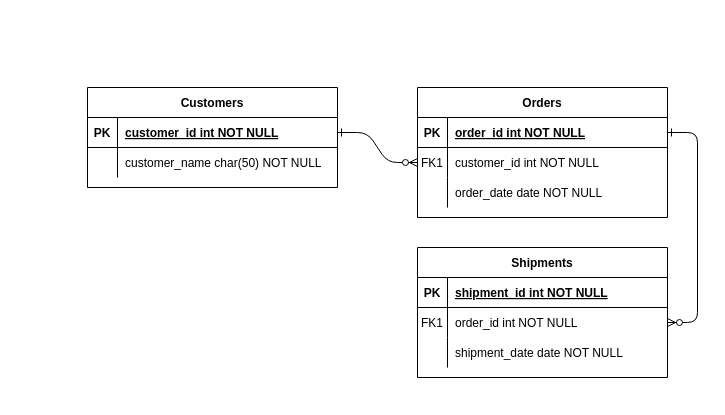
Earlier version of the draw.io diagram weather/Biểu đồ không có tiêu đề.drawio (nmphong0601/webhook). Source tidied: cells renumbered, new cells numbered last; positions are measured from the earlier drawing's top-left corner, leaving out a move shared by most shapes. Both pictures are drawn from the tidied source at 100%, with x=0, y=0 at pixel (87, 87).
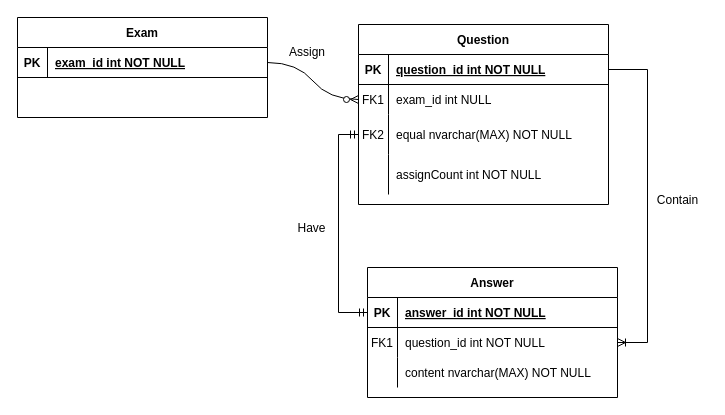
The same page after the edit.

Unchanged cells that the change refers to:
```xml
<mxCell id="5" style="shape=partialRectangle;fillColor=none;points=[[0,0.5],[1,0.5]];portConstraint=eastwest;top=0;left=0;right=0;bottom=1;" parent="4" vertex="1">
  <mxGeometry y="30" width="250" height="30" as="geometry" />
</mxCell>
<mxCell id="8" style="shape=partialRectangle;fillColor=none;points=[[0,0.5],[1,0.5]];portConstraint=eastwest;top=0;left=0;right=0;bottom=0;" parent="4" vertex="1">
  <mxGeometry y="60" width="250" height="30" as="geometry" />
</mxCell>
<mxCell id="15" style="shape=partialRectangle;fillColor=none;points=[[0,0.5],[1,0.5]];portConstraint=eastwest;top=0;left=0;right=0;bottom=1;" parent="14" vertex="1">
  <mxGeometry y="30" width="250" height="30" as="geometry" />
</mxCell>
<mxCell id="18" style="shape=partialRectangle;fillColor=none;points=[[0,0.5],[1,0.5]];portConstraint=eastwest;top=0;left=0;right=0;bottom=0;" parent="14" vertex="1">
  <mxGeometry y="60" width="250" height="30" as="geometry" />
</mxCell>
<mxCell id="21" style="shape=partialRectangle;fillColor=none;top=0;left=0;right=0;bottom=0;" parent="14" vertex="1">
  <mxGeometry y="90" width="250" height="30" as="geometry" />
</mxCell>
<mxCell id="25" style="shape=partialRectangle;fillColor=none;points=[[0,0.5],[1,0.5]];portConstraint=eastwest;top=0;left=0;right=0;bottom=1;" parent="24" vertex="1">
  <mxGeometry y="30" width="250" height="30" as="geometry" />
</mxCell>
```

The edit, as a diff of the source:
```diff
@@
-    <mxCell id="2" style="edgeStyle=entityRelationEdgeStyle;endArrow=ERzeroToMany;startArrow=ERone;endFill=1;startFill=0;" parent="1" edge="1" source="25" target="8">
-      <mxGeometry relative="1" as="geometry" />
-    </mxCell>
-    <mxCell id="3" style="edgeStyle=entityRelationEdgeStyle;endArrow=ERzeroToMany;startArrow=ERone;endFill=1;startFill=0;" parent="1" edge="1" source="5" target="18">
-      <mxGeometry relative="1" as="geometry" />
-    </mxCell>
+    <mxCell id="31" style="edgeStyle=orthogonalEdgeStyle;rounded=0;jettySize=auto;html=1;entryX=0;entryY=0.5;entryDx=0;entryDy=0;endArrow=ERmandOne;endFill=0;startArrow=ERmandOne;startFill=0;exitX=0;exitY=0.5;exitDx=0;exitDy=0;" parent="1" edge="1" source="11" target="15">
+      <mxGeometry relative="1" as="geometry" />
+    </mxCell>
-    <mxCell id="4" value="Orders" style="shape=table;startSize=30;childLayout=tableLayout;rowLines=0;fontStyle=1;align=center;" parent="1" vertex="1">
-      <mxGeometry x="330" width="250" height="130" as="geometry" />
+    <mxCell id="4" value="Question" style="shape=table;startSize=30;childLayout=tableLayout;rowLines=0;fontStyle=1;align=center;" parent="1" vertex="1">
+      <mxGeometry x="271" y="-63" width="250" height="180" as="geometry" />
     </mxCell>
@@
-    <mxCell id="7" value="order_id int NOT NULL " style="shape=partialRectangle;overflow=hidden;fillColor=none;top=0;left=0;bottom=0;right=0;align=left;spacingLeft=6;fontStyle=5;" parent="5" vertex="1">
+    <mxCell id="7" value="question_id int NOT NULL " style="shape=partialRectangle;overflow=hidden;fillColor=none;top=0;left=0;bottom=0;right=0;align=left;spacingLeft=6;fontStyle=5;" parent="5" vertex="1">
       <mxGeometry x="30" width="220" height="30" as="geometry" />
     </mxCell>
@@
-    <mxCell id="10" value="customer_id int NOT NULL" style="shape=partialRectangle;overflow=hidden;fillColor=none;top=0;left=0;bottom=0;right=0;align=left;spacingLeft=6;" parent="8" vertex="1">
+    <mxCell id="10" value="exam_id int NULL" style="shape=partialRectangle;overflow=hidden;fillColor=none;top=0;left=0;bottom=0;right=0;align=left;spacingLeft=6;" parent="8" vertex="1">
       <mxGeometry x="30" width="220" height="30" as="geometry" />
     </mxCell>
     <mxCell id="11" style="shape=partialRectangle;fillColor=none;points=[[0,0.5],[1,0.5]];portConstraint=eastwest;top=0;left=0;right=0;bottom=0;" parent="4" vertex="1">
-      <mxGeometry y="90" width="250" height="30" as="geometry" />
+      <mxGeometry y="90" width="250" height="40" as="geometry" />
     </mxCell>
-    <mxCell id="12" style="shape=partialRectangle;overflow=hidden;fillColor=none;top=0;left=0;bottom=0;right=0;" parent="11" vertex="1">
-      <mxGeometry width="30" height="30" as="geometry" />
+    <mxCell id="12" value="FK2" style="shape=partialRectangle;overflow=hidden;fillColor=none;top=0;left=0;bottom=0;right=0;" parent="11" vertex="1">
+      <mxGeometry width="30" height="40" as="geometry" />
     </mxCell>
-    <mxCell id="13" value="order_date date NOT NULL" style="shape=partialRectangle;overflow=hidden;fillColor=none;top=0;left=0;bottom=0;right=0;align=left;spacingLeft=6;" parent="11" vertex="1">
-      <mxGeometry x="30" width="220" height="30" as="geometry" />
+    <mxCell id="13" value="equal nvarchar(MAX) NOT NULL" style="shape=partialRectangle;overflow=hidden;fillColor=none;top=0;left=0;bottom=0;right=0;align=left;spacingLeft=6;" parent="11" vertex="1">
+      <mxGeometry x="30" width="220" height="40" as="geometry" />
     </mxCell>
+    <mxCell id="32" style="shape=partialRectangle;fillColor=none;top=0;left=0;right=0;bottom=0;" parent="4" vertex="1">
+      <mxGeometry y="130" width="250" height="40" as="geometry" />
+    </mxCell>
+    <mxCell id="33" style="shape=partialRectangle;overflow=hidden;fillColor=none;top=0;left=0;bottom=0;right=0;" parent="32" vertex="1">
+      <mxGeometry width="30" height="40" as="geometry" />
+    </mxCell>
+    <mxCell id="34" value="assignCount int NOT NULL" style="shape=partialRectangle;overflow=hidden;fillColor=none;top=0;left=0;bottom=0;right=0;align=left;spacingLeft=6;" parent="32" vertex="1">
+      <mxGeometry x="30" width="220" height="40" as="geometry" />
+    </mxCell>
-    <mxCell id="14" value="Shipments" style="shape=table;startSize=30;childLayout=tableLayout;rowLines=0;fontStyle=1;align=center;" parent="1" vertex="1">
-      <mxGeometry x="330" y="160" width="250" height="130" as="geometry" />
+    <mxCell id="14" value="Answer" style="shape=table;startSize=30;childLayout=tableLayout;rowLines=0;fontStyle=1;align=center;" parent="1" vertex="1">
+      <mxGeometry x="280" y="180" width="250" height="130" as="geometry" />
     </mxCell>
@@
-    <mxCell id="17" value="shipment_id int NOT NULL " style="shape=partialRectangle;overflow=hidden;fillColor=none;top=0;left=0;bottom=0;right=0;align=left;spacingLeft=6;fontStyle=5;" parent="15" vertex="1">
+    <mxCell id="17" value="answer_id int NOT NULL " style="shape=partialRectangle;overflow=hidden;fillColor=none;top=0;left=0;bottom=0;right=0;align=left;spacingLeft=6;fontStyle=5;" parent="15" vertex="1">
       <mxGeometry x="30" width="220" height="30" as="geometry" />
     </mxCell>
@@
-    <mxCell id="20" value="order_id int NOT NULL" style="shape=partialRectangle;overflow=hidden;fillColor=none;top=0;left=0;bottom=0;right=0;align=left;spacingLeft=6;" parent="18" vertex="1">
+    <mxCell id="20" value="question_id int NOT NULL" style="shape=partialRectangle;overflow=hidden;fillColor=none;top=0;left=0;bottom=0;right=0;align=left;spacingLeft=6;" parent="18" vertex="1">
       <mxGeometry x="30" width="220" height="30" as="geometry" />
     </mxCell>
@@
-    <mxCell id="23" value="shipment_date date NOT NULL" style="shape=partialRectangle;overflow=hidden;fillColor=none;top=0;left=0;bottom=0;right=0;align=left;spacingLeft=6;" parent="21" vertex="1">
+    <mxCell id="23" value="content nvarchar(MAX) NOT NULL" style="shape=partialRectangle;overflow=hidden;fillColor=none;top=0;left=0;bottom=0;right=0;align=left;spacingLeft=6;" parent="21" vertex="1">
       <mxGeometry x="30" width="220" height="30" as="geometry" />
     </mxCell>
-    <mxCell id="24" value="Customers" style="shape=table;startSize=30;childLayout=tableLayout;rowLines=0;fontStyle=1;align=center;" parent="1" vertex="1">
-      <mxGeometry width="250" height="100" as="geometry" />
+    <mxCell id="24" value="Exam" style="shape=table;startSize=30;childLayout=tableLayout;rowLines=0;fontStyle=1;align=center;" parent="1" vertex="1">
+      <mxGeometry x="-70" y="-70" width="250" height="100" as="geometry" />
     </mxCell>
@@
-    <mxCell id="27" value="customer_id int NOT NULL " style="shape=partialRectangle;overflow=hidden;fillColor=none;top=0;left=0;bottom=0;right=0;align=left;spacingLeft=6;fontStyle=5;" parent="25" vertex="1">
+    <mxCell id="27" value="exam_id int NOT NULL " style="shape=partialRectangle;overflow=hidden;fillColor=none;top=0;left=0;bottom=0;right=0;align=left;spacingLeft=6;fontStyle=5;" parent="25" vertex="1">
       <mxGeometry x="30" width="220" height="30" as="geometry" />
     </mxCell>
-    <mxCell id="28" style="shape=partialRectangle;fillColor=none;top=0;left=0;right=0;bottom=0;" parent="24" vertex="1">
-      <mxGeometry y="60" width="250" height="30" as="geometry" />
-    </mxCell>
-    <mxCell id="29" style="shape=partialRectangle;overflow=hidden;fillColor=none;top=0;left=0;bottom=0;right=0;" parent="28" vertex="1">
-      <mxGeometry width="30" height="30" as="geometry" />
-    </mxCell>
-    <mxCell id="30" value="customer_name char(50) NOT NULL" style="shape=partialRectangle;overflow=hidden;fillColor=none;top=0;left=0;bottom=0;right=0;align=left;spacingLeft=6;" parent="28" vertex="1">
-      <mxGeometry x="30" width="220" height="30" as="geometry" />
-    </mxCell>
+    <mxCell id="3" style="edgeStyle=entityRelationEdgeStyle;fontSize=12;html=1;endArrow=ERoneToMany;rounded=0;exitX=1;exitY=0.5;exitDx=0;exitDy=0;exitPerimeter=0;" parent="1" edge="1" source="5" target="18">
+      <mxGeometry relative="1" as="geometry">
+        <Array as="points">
+          <mxPoint x="768.8" y="140" />
+          <mxPoint x="738.8" y="190" />
+          <mxPoint x="690" y="200" />
+          <mxPoint x="670" y="260" />
+          <mxPoint x="679" y="190" />
+          <mxPoint x="700" y="200" />
+          <mxPoint x="708.8" y="260" />
+          <mxPoint x="690" y="180" />
+          <mxPoint x="778.8" y="140" />
+        </Array>
+      </mxGeometry>
+    </mxCell>
+    <mxCell id="2" style="edgeStyle=entityRelationEdgeStyle;fontSize=12;html=1;endArrow=ERzeroToMany;endFill=1;exitX=1;exitY=0.5;exitDx=0;exitDy=0;entryX=0;entryY=0.5;entryDx=0;entryDy=0;curved=1;" parent="1" edge="1" source="25" target="8">
+      <mxGeometry relative="1" as="geometry" />
+    </mxCell>
+    <mxCell id="35" value="Assign" style="text;html=1;strokeColor=none;fillColor=none;align=center;verticalAlign=middle;whiteSpace=wrap;rounded=0;" parent="1" vertex="1">
+      <mxGeometry x="190" y="-50" width="60" height="30" as="geometry" />
+    </mxCell>
+    <mxCell id="36" value="Contain" style="text;html=1;align=center;verticalAlign=middle;strokeColor=none;fillColor=none;" parent="1" vertex="1">
+      <mxGeometry x="560" y="98" width="60" height="30" as="geometry" />
+    </mxCell>
+    <mxCell id="37" value="Have" style="text;html=1;align=center;verticalAlign=middle;strokeColor=none;fillColor=none;" parent="1" vertex="1">
+      <mxGeometry x="199" y="126" width="50" height="30" as="geometry" />
+    </mxCell>
```
